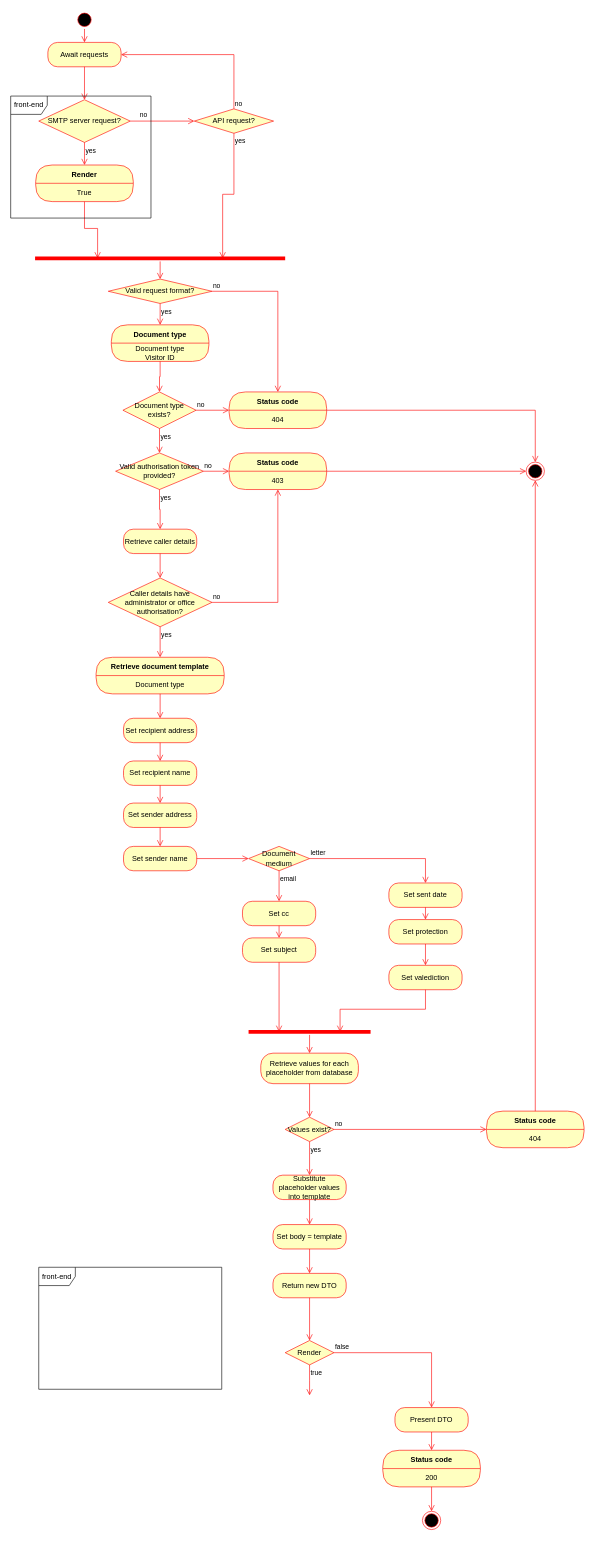
The draw.io diagram Document generation activity diagram v.2.drawio in ambolt314/FinalProjectDesign, before the edit. Source tidied: cells renumbered, new cells numbered last; positions are measured from the earlier drawing's top-left corner, leaving out a move shared by most shapes. Both pictures are drawn from the tidied source at 61%, with x=0, y=0 at pixel (10, 10).
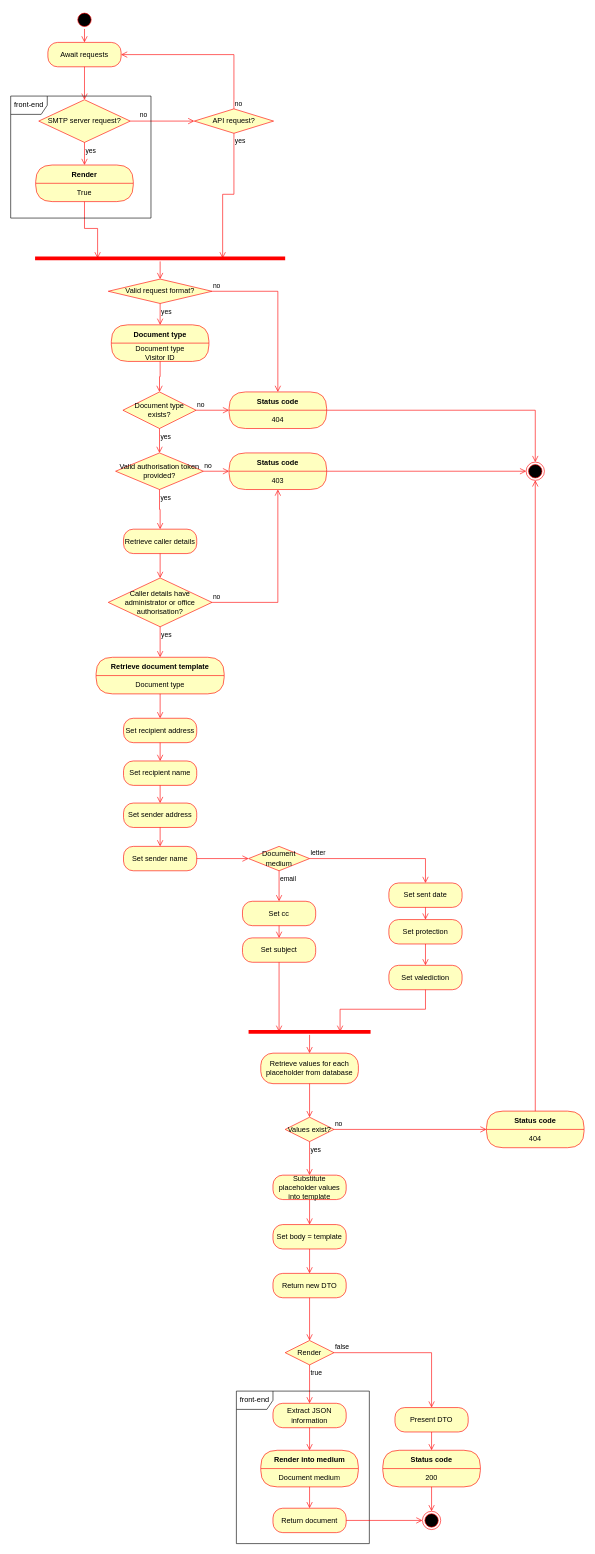
The same diagram, later.

Commit message:
Completed flow

The change refers to these unchanged cells:
```xml
<mxCell id="81" value="Render" style="rhombus;whiteSpace=wrap;html=1;fontColor=#000000;fillColor=#ffffc0;strokeColor=#ff0000;" parent="1" vertex="1">
  <mxGeometry x="450" y="2180" width="80" height="40" as="geometry" />
</mxCell>
<mxCell id="90" style="ellipse;html=1;shape=endState;fillColor=#000000;strokeColor=#ff0000;" parent="1" vertex="1">
  <mxGeometry x="675" y="2460" width="30" height="30" as="geometry" />
</mxCell>
```

Diff of the diagram source:
```diff
@@
-    <mxCell id="83" value="true" style="edgeStyle=orthogonalEdgeStyle;html=1;align=left;verticalAlign=top;endArrow=open;endSize=8;strokeColor=#ff0000;rounded=0;" parent="1" edge="1" source="81">
-      <mxGeometry x="-1" relative="1" as="geometry">
-        <mxPoint x="490" y="2270" as="targetPoint" />
-      </mxGeometry>
+    <mxCell id="83" value="true" style="edgeStyle=orthogonalEdgeStyle;html=1;align=left;verticalAlign=top;endArrow=open;endSize=8;strokeColor=#ff0000;rounded=0;entryX=0.5;entryY=0;entryDx=0;entryDy=0;" parent="1" edge="1" source="81" target="92">
+      <mxGeometry x="-1" relative="1" as="geometry" />
     </mxCell>
     <mxCell id="84" value="front-end" style="shape=umlFrame;whiteSpace=wrap;html=1;" parent="1" vertex="1">
-      <mxGeometry x="46" y="2060" width="300" height="200" as="geometry" />
+      <mxGeometry x="370" y="2263" width="218" height="250" as="geometry" />
     </mxCell>
@@
+    <mxCell id="92" value="Extract JSON information" style="rounded=1;whiteSpace=wrap;html=1;arcSize=40;fontColor=#000000;fillColor=#ffffc0;strokeColor=#ff0000;" parent="1" vertex="1">
+      <mxGeometry x="430" y="2283" width="120" height="40" as="geometry" />
+    </mxCell>
+    <mxCell id="93" style="edgeStyle=orthogonalEdgeStyle;html=1;verticalAlign=bottom;endArrow=open;endSize=8;strokeColor=#ff0000;rounded=0;entryX=0.5;entryY=0;entryDx=0;entryDy=0;" parent="1" edge="1" source="92" target="96">
+      <mxGeometry relative="1" as="geometry" />
+    </mxCell>
+    <mxCell id="94" value="Return document" style="rounded=1;whiteSpace=wrap;html=1;arcSize=40;fontColor=#000000;fillColor=#ffffc0;strokeColor=#ff0000;" parent="1" vertex="1">
+      <mxGeometry x="430" y="2455" width="120" height="40" as="geometry" />
+    </mxCell>
+    <mxCell id="95" style="edgeStyle=orthogonalEdgeStyle;html=1;verticalAlign=bottom;endArrow=open;endSize=8;strokeColor=#ff0000;rounded=0;entryX=0;entryY=0.5;entryDx=0;entryDy=0;" parent="1" edge="1" source="94" target="90">
+      <mxGeometry relative="1" as="geometry" />
+    </mxCell>
+    <mxCell id="96" value="Render into medium" style="swimlane;fontStyle=1;align=center;verticalAlign=middle;horizontal=1;startSize=30;fontColor=#000000;rounded=1;arcSize=30;strokeColor=#ff0000;fillColor=#ffffc0;swimlaneFillColor=#ffffc0;" parent="1" vertex="1">
+      <mxGeometry x="410" y="2360" width="160" height="60" as="geometry" />
+    </mxCell>
+    <mxCell id="97" value="Document medium" style="text;html=1;strokeColor=none;fillColor=none;align=center;verticalAlign=middle;spacingLeft=4;spacingRight=4;whiteSpace=wrap;overflow=hidden;fontColor=#000000;" parent="96" vertex="1">
+      <mxGeometry y="30" width="160" height="30" as="geometry" />
+    </mxCell>
+    <mxCell id="98" style="edgeStyle=orthogonalEdgeStyle;html=1;verticalAlign=bottom;endArrow=open;endSize=8;strokeColor=#ff0000;rounded=0;entryX=0.5;entryY=0;entryDx=0;entryDy=0;" parent="1" edge="1" source="96" target="94">
+      <mxGeometry relative="1" as="geometry" />
+    </mxCell>
```
